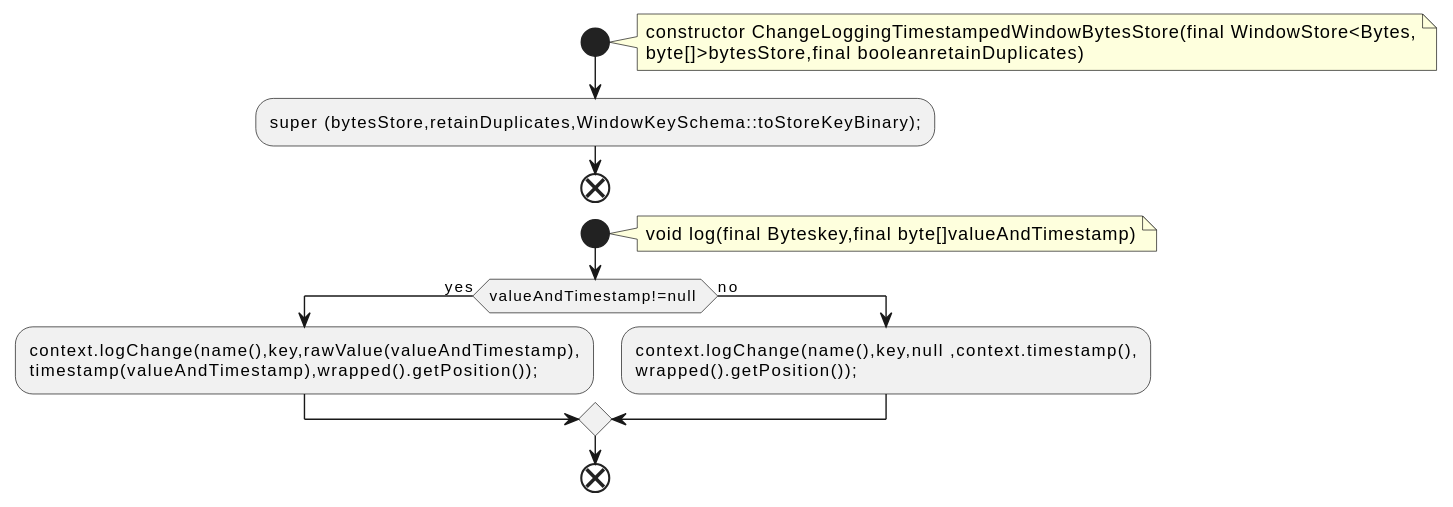
Earlier version of the PlantUML export docs/qc/streams/src/main/java/org/apache/kafka/streams/state/internals/ChangeLoggingTimestampedWindowBytesStore.java.fct.svg (qualitesys/kafka).
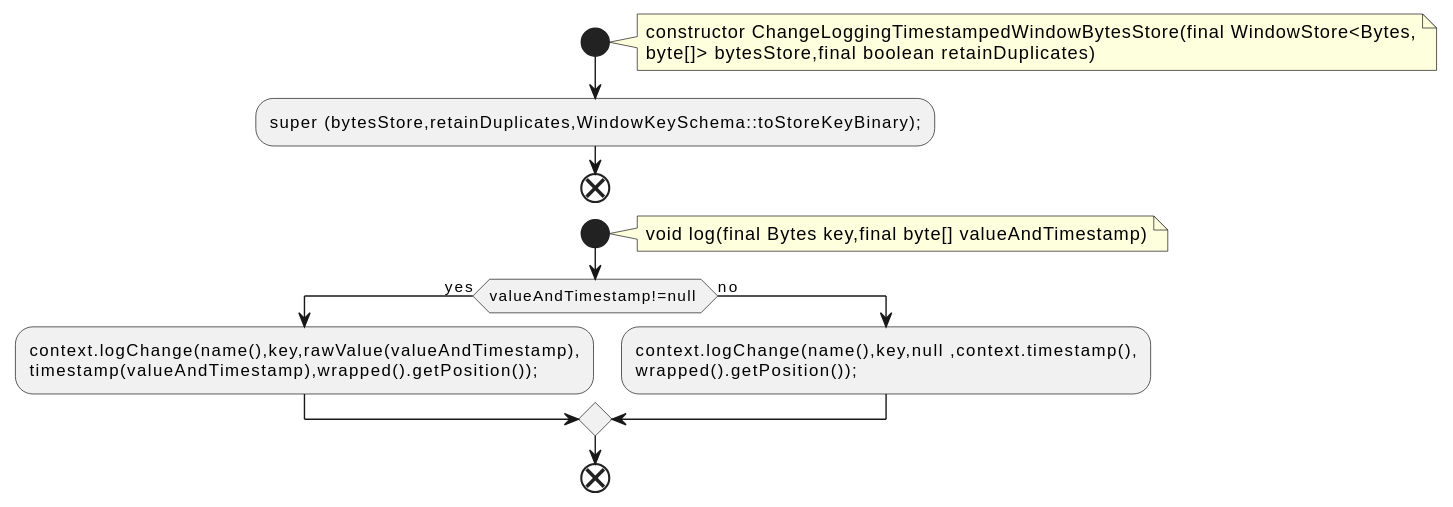
The same file after the commit.

The edit, as a diff of the source:
```diff
@@ -3,13 +3,13 @@
 start
 note right
 constructor ChangeLoggingTimestampedWindowBytesStore(final WindowStore<Bytes,
-byte[]>bytesStore,final booleanretainDuplicates)
+byte[]> bytesStore,final boolean retainDuplicates)
 end note
 :super (bytesStore,retainDuplicates,WindowKeySchema::toStoreKeyBinary);;
 end
 start
 note right
-void log(final Byteskey,final byte[]valueAndTimestamp)
+void log(final Bytes key,final byte[] valueAndTimestamp)
 end note
 if (valueAndTimestamp!=null ) then (yes)
 :context.logChange(name(),key,rawValue(valueAndTimestamp),
```
